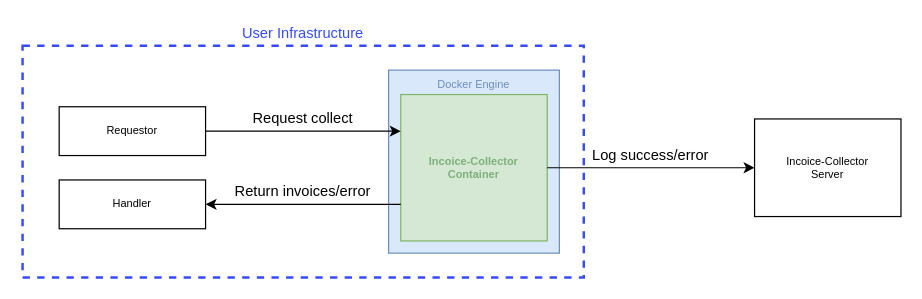
Before: docs/docs/sequence_diagram/infra.drawio in invoice-collector/website, a draw.io diagram. Source tidied: cells renumbered, new cells numbered last; positions are measured from the earlier drawing's top-left corner, leaving out a move shared by most shapes. Both pictures are drawn from the tidied source at 122%, with x=0, y=0 at pixel (22, 21).
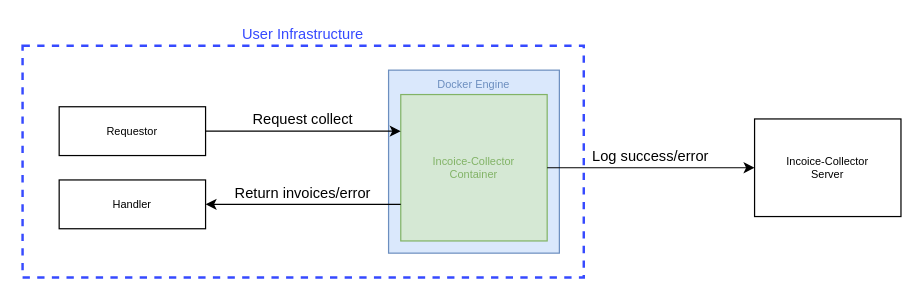
The same page after the edit.

What changed in the source:
```diff
@@
 <mxGraphModel>
   <root>
     <mxCell id="0" />
     <mxCell id="1" parent="0" />
-    <mxCell id="2" style="whiteSpace=wrap;html=1;fillColor=none;strokeColor=#364AFF;rounded=0;arcSize=8;dashed=1;strokeWidth=2;" parent="1" vertex="1">
+    <mxCell id="2" style="fillColor=none;strokeColor=#364AFF;rounded=0;arcSize=8;dashed=1;strokeWidth=2;" parent="1" vertex="1">
       <mxGeometry y="20" width="460" height="190" as="geometry" />
     </mxCell>
-    <mxCell id="3" value="&lt;font style=&quot;&quot; color=&quot;#6c8ebf&quot;&gt;Docker Engine&lt;/font&gt;" style="rounded=0;whiteSpace=wrap;html=1;fontSize=9;fillColor=#dae8fc;strokeColor=#6c8ebf;verticalAlign=top;" parent="1" vertex="1">
+    <mxCell id="3" value="Docker Engine" style="rounded=0;fontSize=9;fillColor=#dae8fc;strokeColor=#6C8EBF;verticalAlign=top;fontColor=#6C8EBF;" parent="1" vertex="1">
       <mxGeometry x="300" y="40" width="140" height="150" as="geometry" />
     </mxCell>
-    <mxCell id="4" value="Requestor" style="rounded=0;whiteSpace=wrap;html=1;fontSize=9;" parent="1" vertex="1">
+    <mxCell id="4" value="Requestor" style="rounded=0;fontSize=9;" parent="1" vertex="1">
       <mxGeometry x="30" y="70" width="120" height="40" as="geometry" />
     </mxCell>
-    <mxCell id="5" value="&lt;font color=&quot;#7db07b&quot;&gt;&lt;b&gt;Incoice-Collector&lt;br style=&quot;border-color: var(--border-color);&quot;&gt;Container&lt;/b&gt;&lt;/font&gt;" style="rounded=0;whiteSpace=wrap;html=1;fontSize=9;fillColor=#d5e8d4;strokeColor=#82b366;verticalAlign=middle;" parent="1" vertex="1">
+    <mxCell id="5" value="Incoice-Collector&#10;Container" style="rounded=0;fontSize=9;fillColor=#d5e8d4;strokeColor=#82b366;verticalAlign=middle;fontColor=#82B366;" parent="1" vertex="1">
       <mxGeometry x="310" y="60" width="120" height="120" as="geometry" />
     </mxCell>
-    <mxCell id="6" value="Incoice-Collector&lt;br style=&quot;font-size: 9px;&quot;&gt;Server" style="rounded=0;whiteSpace=wrap;html=1;fontSize=9;" parent="1" vertex="1">
+    <mxCell id="6" value="Incoice-Collector&#10;Server" style="rounded=0;fontSize=9;" parent="1" vertex="1">
       <mxGeometry x="600" y="80" width="120" height="80" as="geometry" />
     </mxCell>
-    <mxCell id="7" value="&lt;font&gt;User Infrastructure&lt;/font&gt;" style="text;strokeColor=none;align=center;fillColor=none;html=1;verticalAlign=middle;whiteSpace=wrap;rounded=0;fontColor=#364AFF;" parent="1" vertex="1">
+    <mxCell id="7" value="User Infrastructure" style="text;strokeColor=none;align=center;fillColor=none;verticalAlign=middle;rounded=0;fontColor=#364AFF;" parent="1" vertex="1">
       <mxGeometry x="10" width="440" height="20" as="geometry" />
     </mxCell>
-    <mxCell id="8" style="edgeStyle=none;jettySize=auto;html=1;entryX=0;entryY=0.25;entryDx=0;entryDy=0;exitX=1;exitY=0.5;exitDx=0;exitDy=0;" parent="1" edge="1" source="4" target="5">
+    <mxCell id="8" style="edgeStyle=none;jettySize=auto;entryX=0;entryY=0.25;entryDx=0;entryDy=0;exitX=1;exitY=0.5;exitDx=0;exitDy=0;" parent="1" edge="1" source="4" target="5">
       <mxGeometry relative="1" as="geometry" />
     </mxCell>
-    <mxCell id="9" style="edgeStyle=none;jettySize=auto;html=1;entryX=1;entryY=0.5;entryDx=0;entryDy=0;exitX=0;exitY=0.75;exitDx=0;exitDy=0;" parent="1" edge="1" source="5" target="14">
+    <mxCell id="9" style="edgeStyle=none;jettySize=auto;entryX=1;entryY=0.5;entryDx=0;entryDy=0;exitX=0;exitY=0.75;exitDx=0;exitDy=0;" parent="1" edge="1" source="5" target="14">
       <mxGeometry relative="1" as="geometry" />
     </mxCell>
-    <mxCell id="10" style="edgeStyle=none;jettySize=auto;html=1;entryX=0;entryY=0.5;entryDx=0;entryDy=0;exitX=1;exitY=0.5;exitDx=0;exitDy=0;" parent="1" edge="1" source="5" target="6">
+    <mxCell id="10" style="edgeStyle=none;jettySize=auto;entryX=0;entryY=0.5;entryDx=0;entryDy=0;exitX=1;exitY=0.5;exitDx=0;exitDy=0;" parent="1" edge="1" source="5" target="6">
       <mxGeometry relative="1" as="geometry" />
     </mxCell>
-    <mxCell id="11" value="Request collect" style="text;strokeColor=none;align=center;fillColor=none;html=1;verticalAlign=middle;whiteSpace=wrap;rounded=0;" parent="1" vertex="1">
+    <mxCell id="11" value="Request collect" style="text;strokeColor=none;align=center;fillColor=none;verticalAlign=middle;rounded=0;" parent="1" vertex="1">
       <mxGeometry x="150" y="70" width="160" height="20" as="geometry" />
     </mxCell>
-    <mxCell id="12" value="Return invoices/error" style="text;strokeColor=none;align=center;fillColor=none;html=1;verticalAlign=middle;whiteSpace=wrap;rounded=0;" parent="1" vertex="1">
+    <mxCell id="12" value="Return invoices/error" style="text;strokeColor=none;align=center;fillColor=none;verticalAlign=middle;rounded=0;" parent="1" vertex="1">
       <mxGeometry x="150" y="130" width="160" height="20" as="geometry" />
     </mxCell>
-    <mxCell id="13" value="Log success/error" style="text;strokeColor=none;align=center;fillColor=none;html=1;verticalAlign=middle;whiteSpace=wrap;rounded=0;" parent="1" vertex="1">
+    <mxCell id="13" value="Log success/error" style="text;strokeColor=none;align=center;fillColor=none;verticalAlign=middle;rounded=0;" parent="1" vertex="1">
       <mxGeometry x="430" y="100" width="170" height="20" as="geometry" />
     </mxCell>
-    <mxCell id="14" value="Handler" style="rounded=0;whiteSpace=wrap;html=1;fontSize=9;" parent="1" vertex="1">
+    <mxCell id="14" value="Handler" style="rounded=0;fontSize=9;" parent="1" vertex="1">
       <mxGeometry x="30" y="130" width="120" height="40" as="geometry" />
     </mxCell>
   </root>
 </mxGraphModel>
```
